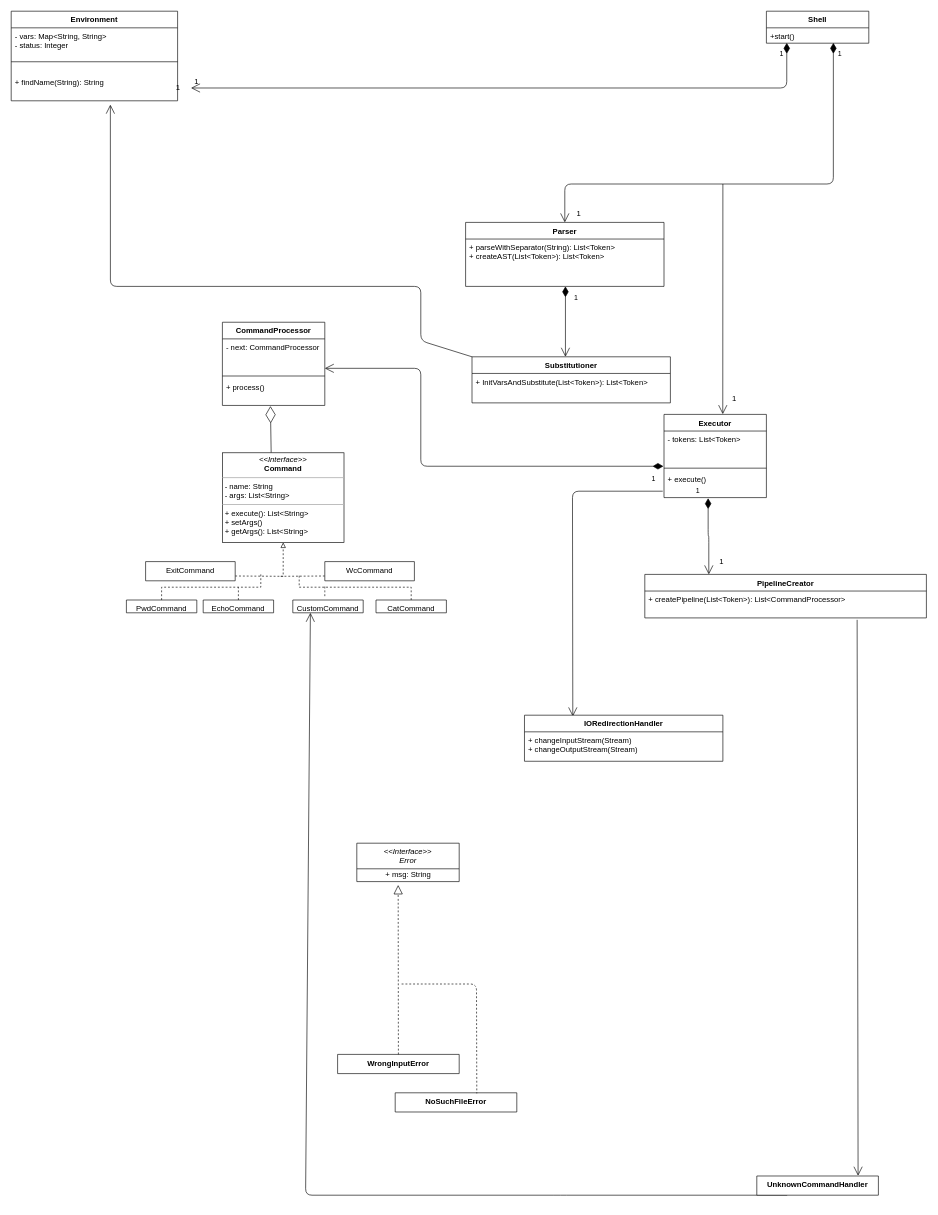
This is Untitled Diagram.drawio from leoneed03/JB, a draw.io file, before an edit. Source tidied: cells renumbered, new cells numbered last; positions are measured from the earlier drawing's top-left corner, leaving out a move shared by most shapes. Both pictures are drawn from the tidied source at 64%, with x=0, y=0 at pixel (11, 11).
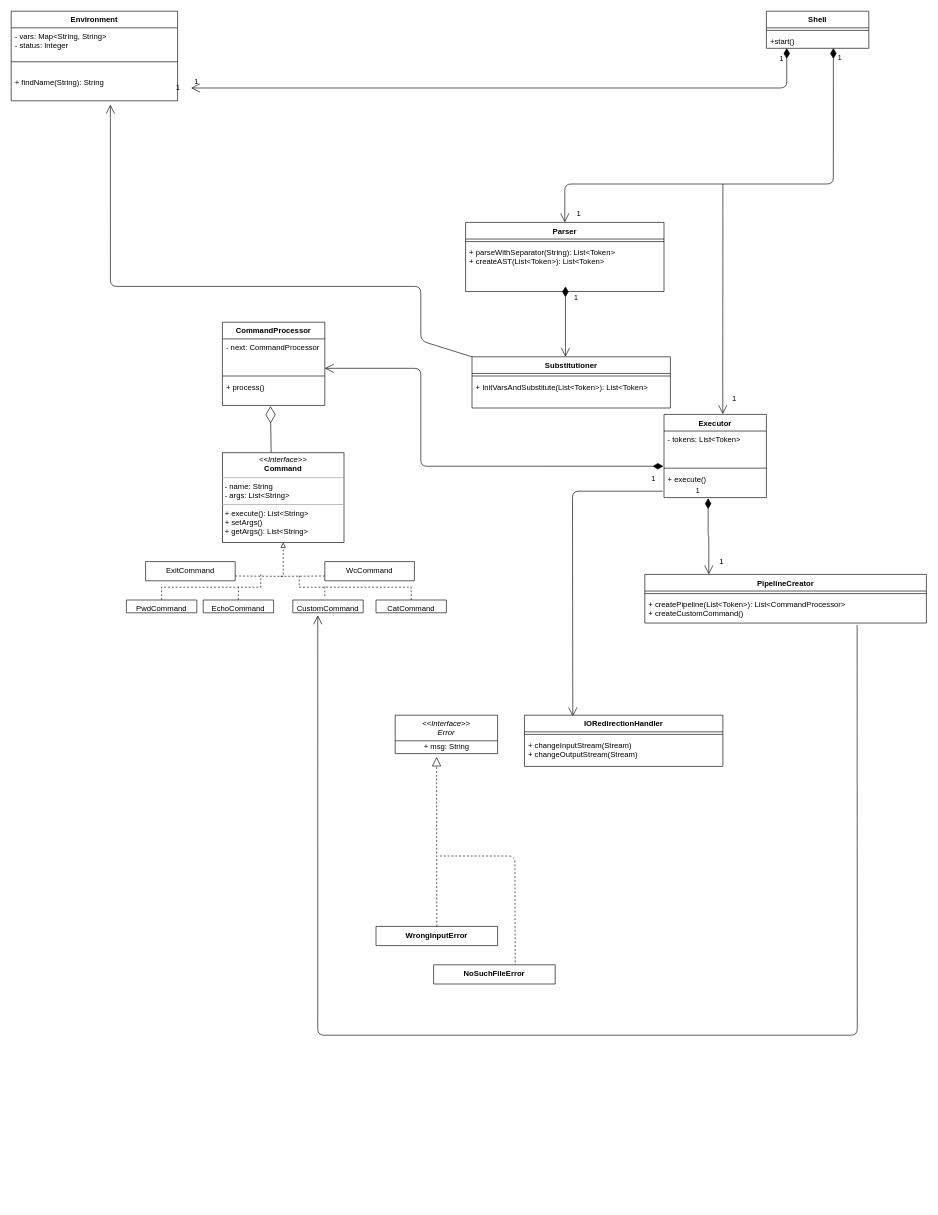
The same diagram, later.

The change refers to these unchanged cells:
```xml
<mxCell id="39" style="group;" parent="1" vertex="1">
  <mxGeometry x="867" y="230" width="245" height="200" as="geometry" />
</mxCell>
<mxCell id="46" value="CustomCommand" style="swimlane;fontStyle=0;align=center;verticalAlign=top;horizontal=1;startSize=0;rounded=0;shadow=0;strokeWidth=1;" parent="1" vertex="1">
  <mxGeometry x="440" y="920" width="110" height="20" as="geometry" />
</mxCell>
```

What changed in the source:
```diff
@@
     <mxCell id="2" value="Shell" style="swimlane;fontStyle=1;align=center;verticalAlign=top;horizontal=1;startSize=26;" parent="1" vertex="1">
-      <mxGeometry x="1180" width="160" height="50" as="geometry" />
+      <mxGeometry x="1180" width="160" height="58" as="geometry" />
     </mxCell>
+    <mxCell id="63" style="line;strokeWidth=1;fillColor=none;align=left;verticalAlign=middle;spacingTop=-1;spacingLeft=3;spacingRight=3;labelPosition=right;" parent="2" vertex="1">
+      <mxGeometry y="26" width="160" height="8" as="geometry" />
+    </mxCell>
     <mxCell id="3" value="+start()" style="text;strokeColor=none;fillColor=none;align=left;verticalAlign=top;spacingLeft=4;spacingRight=4;overflow=hidden;points=[[0,0.5],[1,0.5]];portConstraint=eastwest;" parent="2" vertex="1">
-      <mxGeometry y="26" width="160" height="24" as="geometry" />
+      <mxGeometry y="34" width="160" height="24" as="geometry" />
     </mxCell>
@@
     <mxCell id="19" value="PipelineCreator" style="swimlane;fontStyle=1;align=center;verticalAlign=top;horizontal=1;startSize=26;" parent="1" vertex="1">
-      <mxGeometry x="990" y="880" width="440" height="68" as="geometry" />
+      <mxGeometry x="990" y="880" width="440" height="76" as="geometry" />
     </mxCell>
+    <mxCell id="64" style="line;strokeWidth=1;fillColor=none;align=left;verticalAlign=middle;spacingTop=-1;spacingLeft=3;spacingRight=3;labelPosition=right;" parent="19" vertex="1">
+      <mxGeometry y="26" width="440" height="8" as="geometry" />
+    </mxCell>
-    <mxCell id="20" value="+ createPipeline(List&lt;Token&gt;): List&lt;CommandProcessor&gt;" style="text;strokeColor=none;fillColor=none;align=left;verticalAlign=top;spacingLeft=4;spacingRight=4;overflow=hidden;points=[[0,0.5],[1,0.5]];portConstraint=eastwest;" parent="19" vertex="1">
-      <mxGeometry y="26" width="440" height="42" as="geometry" />
+    <mxCell id="20" value="+ createPipeline(List&lt;Token&gt;): List&lt;CommandProcessor&gt;&#10;+ createCustomCommand()" style="text;strokeColor=none;fillColor=none;align=left;verticalAlign=top;spacingLeft=4;spacingRight=4;overflow=hidden;points=[[0,0.5],[1,0.5]];portConstraint=eastwest;" parent="19" vertex="1">
+      <mxGeometry y="34" width="440" height="42" as="geometry" />
     </mxCell>
@@
     <mxCell id="40" value="Parser" style="swimlane;fontStyle=1;align=center;verticalAlign=top;horizontal=1;startSize=26;" parent="39" vertex="1">
-      <mxGeometry x="-157" y="100" width="310" height="100" as="geometry" />
+      <mxGeometry x="-157" y="100" width="310" height="108" as="geometry" />
     </mxCell>
+    <mxCell id="65" style="line;strokeWidth=1;fillColor=none;align=left;verticalAlign=middle;spacingTop=-1;spacingLeft=3;spacingRight=3;labelPosition=right;" parent="40" vertex="1">
+      <mxGeometry y="26" width="310" height="8" as="geometry" />
+    </mxCell>
     <mxCell id="41" value="+ parseWithSeparator(String): List&lt;Token&gt;&#10;+ createAST(List&lt;Token&gt;): List&lt;Token&gt;" style="text;strokeColor=none;fillColor=none;align=left;verticalAlign=top;spacingLeft=4;spacingRight=4;overflow=hidden;" parent="40" vertex="1">
-      <mxGeometry y="26" width="310" height="74" as="geometry" />
+      <mxGeometry y="34" width="310" height="74" as="geometry" />
     </mxCell>
@@
-    <mxCell id="48" style="endArrow=open;endFill=1;endSize=12;html=1;exitX=0.25;exitY=1;exitDx=0;exitDy=0;entryX=0.25;entryY=1;entryDx=0;entryDy=0;" parent="1" edge="1" source="59" target="46">
-      <mxGeometry relative="1" as="geometry">
-        <Array as="points">
-          <mxPoint x="858" y="1850" />
-          <mxPoint x="460" y="1850" />
-        </Array>
-      </mxGeometry>
-    </mxCell>
@@
     <mxCell id="51" value="IORedirectionHandler" style="swimlane;fontStyle=1;align=center;verticalAlign=top;horizontal=1;startSize=26;" parent="1" vertex="1">
-      <mxGeometry x="802" y="1100" width="310" height="72" as="geometry" />
+      <mxGeometry x="802" y="1100" width="310" height="80" as="geometry" />
     </mxCell>
+    <mxCell id="66" style="line;strokeWidth=1;fillColor=none;align=left;verticalAlign=middle;spacingTop=-1;spacingLeft=3;spacingRight=3;labelPosition=right;" parent="51" vertex="1">
+      <mxGeometry y="26" width="310" height="8" as="geometry" />
+    </mxCell>
     <mxCell id="52" value="+ changeInputStream(Stream)&#10;+ changeOutputStream(Stream)" style="text;strokeColor=none;fillColor=none;align=left;verticalAlign=top;spacingLeft=4;spacingRight=4;overflow=hidden;" parent="51" vertex="1">
-      <mxGeometry y="26" width="310" height="46" as="geometry" />
+      <mxGeometry y="34" width="310" height="46" as="geometry" />
     </mxCell>
-    <mxCell id="53" value="&lt;&lt;Interface&gt;&gt;&#10;Error" style="swimlane;fontStyle=2;align=center;verticalAlign=top;horizontal=1;startSize=40;" parent="1" vertex="1">
-      <mxGeometry x="540" y="1300" width="160" height="60" as="geometry" />
-    </mxCell>
-    <mxCell id="54" value="+ msg: String" style="text;html=1;align=center;verticalAlign=middle;points=[];" parent="53" vertex="1">
-      <mxGeometry y="40" width="160" height="20" as="geometry" />
-    </mxCell>
     <mxCell id="55" value="Substitutioner" style="swimlane;fontStyle=1;align=center;verticalAlign=top;horizontal=1;startSize=26;" parent="1" vertex="1">
-      <mxGeometry x="720" y="540" width="310" height="72" as="geometry" />
+      <mxGeometry x="720" y="540" width="310" height="80" as="geometry" />
     </mxCell>
+    <mxCell id="67" style="line;strokeWidth=1;fillColor=none;align=left;verticalAlign=middle;spacingTop=-1;spacingLeft=3;spacingRight=3;labelPosition=right;" parent="55" vertex="1">
+      <mxGeometry y="26" width="310" height="8" as="geometry" />
+    </mxCell>
     <mxCell id="56" value="+ InitVarsAndSubstitute(List&lt;Token&gt;): List&lt;Token&gt; " style="text;strokeColor=none;fillColor=none;align=left;verticalAlign=top;spacingLeft=4;spacingRight=4;overflow=hidden;" parent="55" vertex="1">
-      <mxGeometry y="26" width="310" height="46" as="geometry" />
+      <mxGeometry y="34" width="310" height="46" as="geometry" />
     </mxCell>
-    <mxCell id="57" value="WrongInputError" style="swimlane;fontStyle=1;align=center;verticalAlign=top;horizontal=1;startSize=68;" parent="1" vertex="1">
-      <mxGeometry x="510" y="1630" width="190" height="30" as="geometry" />
-    </mxCell>
-    <mxCell id="58" value="NoSuchFileError" style="swimlane;fontStyle=1;align=center;verticalAlign=top;horizontal=1;startSize=68;" parent="1" vertex="1">
-      <mxGeometry x="600" y="1690" width="190" height="30" as="geometry" />
-    </mxCell>
-    <mxCell id="59" value="UnknownCommandHandler" style="swimlane;fontStyle=1;align=center;verticalAlign=top;horizontal=1;startSize=68;" parent="1" vertex="1">
-      <mxGeometry x="1165" y="1820" width="190" height="30" as="geometry" />
-    </mxCell>
-    <mxCell id="60" style="endArrow=open;endFill=1;endSize=12;html=1;entryX=0.833;entryY=-0.014;entryDx=0;entryDy=0;entryPerimeter=0;exitX=0.754;exitY=1.071;exitDx=0;exitDy=0;exitPerimeter=0;" parent="1" edge="1" source="20" target="59">
-      <mxGeometry relative="1" as="geometry" />
+    <mxCell id="60" style="endArrow=open;endFill=1;endSize=12;html=1;entryX=0.355;entryY=1.193;entryDx=0;entryDy=0;entryPerimeter=0;exitX=0.754;exitY=1.071;exitDx=0;exitDy=0;exitPerimeter=0;" parent="1" edge="1" source="20" target="46">
+      <mxGeometry relative="1" as="geometry">
+        <Array as="points">
+          <mxPoint x="1322" y="1600" />
+          <mxPoint x="479" y="1600" />
+        </Array>
+      </mxGeometry>
     </mxCell>
@@
     <mxCell id="62" style="endArrow=none;dashed=1;html=1;entryX=0.671;entryY=0.033;entryDx=0;entryDy=0;entryPerimeter=0;" parent="1" edge="1" target="58">
       <mxGeometry relative="1" as="geometry">
-        <mxPoint x="610" y="1520" as="sourcePoint" />
+        <mxPoint x="670" y="1320" as="sourcePoint" />
         <Array as="points">
-          <mxPoint x="727" y="1520" />
+          <mxPoint x="787" y="1320" />
         </Array>
       </mxGeometry>
     </mxCell>
+    <mxCell id="53" value="&lt;&lt;Interface&gt;&gt;&#10;Error" style="swimlane;fontStyle=2;align=center;verticalAlign=top;horizontal=1;startSize=40;" parent="1" vertex="1">
+      <mxGeometry x="600" y="1100" width="160" height="60" as="geometry" />
+    </mxCell>
+    <mxCell id="54" value="+ msg: String" style="text;html=1;align=center;verticalAlign=middle;points=[];" parent="53" vertex="1">
+      <mxGeometry y="40" width="160" height="20" as="geometry" />
+    </mxCell>
+    <mxCell id="57" value="WrongInputError" style="swimlane;fontStyle=1;align=center;verticalAlign=top;horizontal=1;startSize=68;" parent="1" vertex="1">
+      <mxGeometry x="570" y="1430" width="190" height="30" as="geometry" />
+    </mxCell>
+    <mxCell id="58" value="NoSuchFileError" style="swimlane;fontStyle=1;align=center;verticalAlign=top;horizontal=1;startSize=68;" parent="1" vertex="1">
+      <mxGeometry x="660" y="1490" width="190" height="30" as="geometry" />
+    </mxCell>
```
